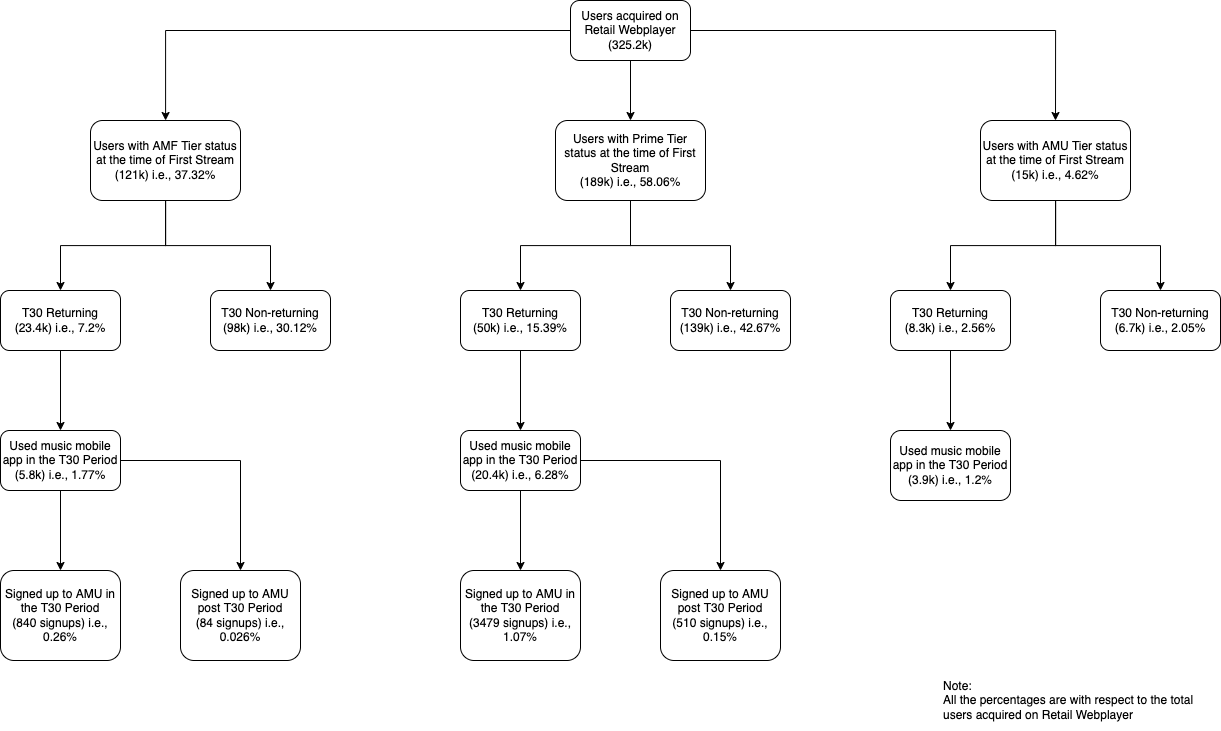
This is T30 Funnel Analysis.png from suchit-raju/draw-io, a draw.io export, as it was before one commit. Source tidied: cells renumbered, new cells last; positions are measured from the earlier drawing's top-left corner, leaving out a move shared by most shapes.
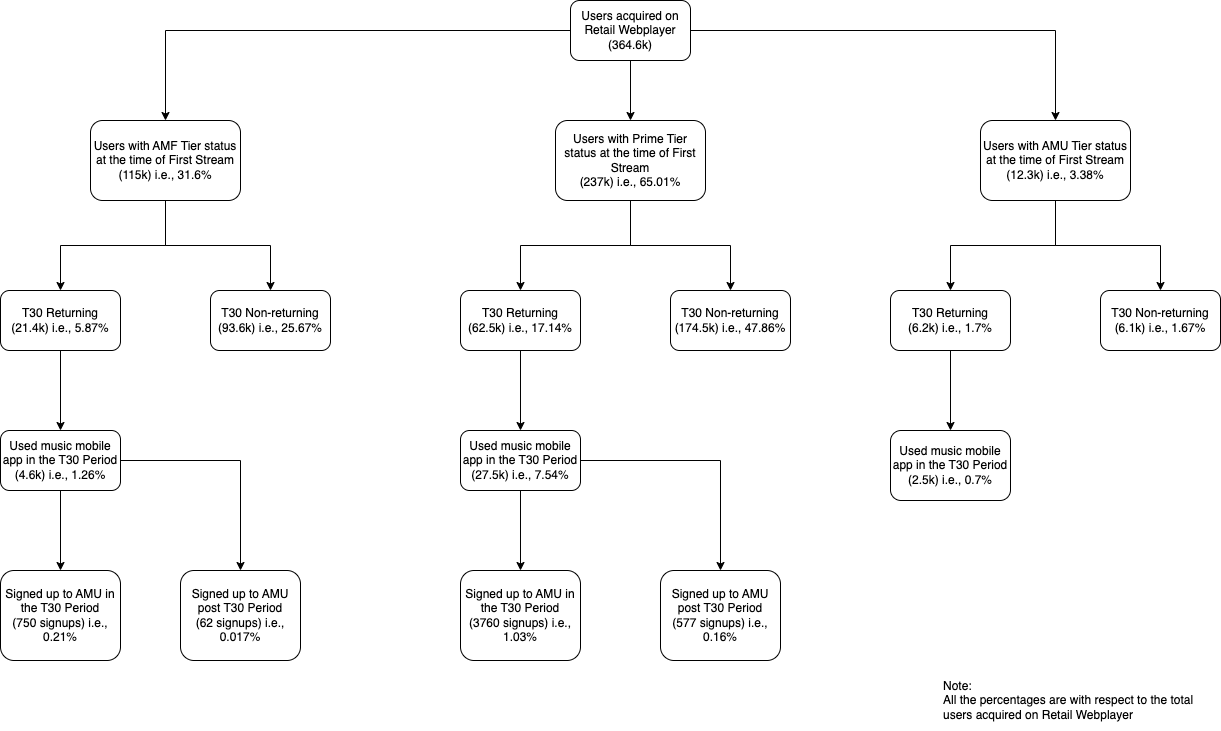
Later version of the same file.

Change to the diagram source:
```diff
@@ -11,7 +11,7 @@
     <mxCell id="4" style="edgeStyle=orthogonalEdgeStyle;rounded=0;jettySize=auto;html=1;exitX=1;exitY=0.5;exitDx=0;exitDy=0;entryX=0.5;entryY=0;entryDx=0;entryDy=0;" parent="1" edge="1" source="5" target="19">
       <mxGeometry relative="1" as="geometry" />
     </mxCell>
-    <mxCell id="5" value="Users acquired on Retail Webplayer (325.2k)" style="rounded=1;whiteSpace=wrap;html=1;" parent="1" vertex="1">
+    <mxCell id="5" value="Users acquired on Retail Webplayer (364.6k)" style="rounded=1;whiteSpace=wrap;html=1;" parent="1" vertex="1">
       <mxGeometry x="570" width="120" height="60" as="geometry" />
     </mxCell>
     <mxCell id="6" style="edgeStyle=orthogonalEdgeStyle;rounded=0;jettySize=auto;html=1;" parent="1" edge="1" source="8" target="10">
@@ -20,16 +20,16 @@
     <mxCell id="7" style="edgeStyle=orthogonalEdgeStyle;rounded=0;jettySize=auto;html=1;" parent="1" edge="1" source="8" target="11">
       <mxGeometry relative="1" as="geometry" />
     </mxCell>
-    <mxCell id="8" value="Users with AMF Tier status at the time of First Stream&lt;br&gt;(121k) i.e., 37.32%" style="whiteSpace=wrap;html=1;rounded=1;" parent="1" vertex="1">
+    <mxCell id="8" value="Users with AMF Tier status at the time of First Stream&lt;br&gt;(115k) i.e., 31.6%" style="whiteSpace=wrap;html=1;rounded=1;" parent="1" vertex="1">
       <mxGeometry x="90" y="120" width="150" height="80" as="geometry" />
     </mxCell>
     <mxCell id="9" style="edgeStyle=orthogonalEdgeStyle;rounded=0;jettySize=auto;html=1;" parent="1" edge="1" source="10" target="14">
       <mxGeometry relative="1" as="geometry" />
     </mxCell>
-    <mxCell id="10" value="T30 Returning&lt;br&gt;(23.4k) i.e., 7.2%" style="whiteSpace=wrap;html=1;rounded=1;" parent="1" vertex="1">
+    <mxCell id="10" value="T30 Returning&lt;br&gt;(21.4k) i.e., 5.87%" style="whiteSpace=wrap;html=1;rounded=1;" parent="1" vertex="1">
       <mxGeometry y="290" width="120" height="60" as="geometry" />
     </mxCell>
-    <mxCell id="11" value="T30 Non-returning&lt;br&gt;(98k) i.e., 30.12%" style="whiteSpace=wrap;html=1;rounded=1;" parent="1" vertex="1">
+    <mxCell id="11" value="T30 Non-returning&lt;br&gt;(93.6k) i.e., 25.67%" style="whiteSpace=wrap;html=1;rounded=1;" parent="1" vertex="1">
       <mxGeometry x="210" y="290" width="120" height="60" as="geometry" />
     </mxCell>
     <mxCell id="12" style="edgeStyle=orthogonalEdgeStyle;rounded=0;jettySize=auto;html=1;" parent="1" edge="1" source="14" target="15">
@@ -38,13 +38,13 @@
     <mxCell id="13" style="edgeStyle=orthogonalEdgeStyle;rounded=0;jettySize=auto;html=1;" parent="1" edge="1" source="14" target="16">
       <mxGeometry relative="1" as="geometry" />
     </mxCell>
-    <mxCell id="14" value="Used music mobile app in the T30 Period&lt;br&gt;(5.8k) i.e., 1.77%" style="whiteSpace=wrap;html=1;rounded=1;" parent="1" vertex="1">
+    <mxCell id="14" value="Used music mobile app in the T30 Period&lt;br&gt;(4.6k) i.e., 1.26%" style="whiteSpace=wrap;html=1;rounded=1;" parent="1" vertex="1">
       <mxGeometry y="430" width="120" height="60" as="geometry" />
     </mxCell>
-    <mxCell id="15" value="Signed up to AMU in the T30 Period&lt;br&gt;(840 signups) i.e., 0.26%" style="whiteSpace=wrap;html=1;rounded=1;" parent="1" vertex="1">
+    <mxCell id="15" value="Signed up to AMU in the T30 Period&lt;br&gt;(750 signups) i.e., 0.21%" style="whiteSpace=wrap;html=1;rounded=1;" parent="1" vertex="1">
       <mxGeometry y="570" width="120" height="90" as="geometry" />
     </mxCell>
-    <mxCell id="16" value="Signed up to AMU post T30 Period&lt;br&gt;(84 signups) i.e., 0.026%" style="whiteSpace=wrap;html=1;rounded=1;" parent="1" vertex="1">
+    <mxCell id="16" value="Signed up to AMU post T30 Period&lt;br&gt;(62 signups) i.e., 0.017%" style="whiteSpace=wrap;html=1;rounded=1;" parent="1" vertex="1">
       <mxGeometry x="180" y="570" width="120" height="90" as="geometry" />
     </mxCell>
     <mxCell id="17" style="edgeStyle=orthogonalEdgeStyle;rounded=0;jettySize=auto;html=1;" parent="1" edge="1" source="19" target="21">
@@ -53,19 +53,19 @@
     <mxCell id="18" style="edgeStyle=orthogonalEdgeStyle;rounded=0;jettySize=auto;html=1;" parent="1" edge="1" source="19" target="22">
       <mxGeometry relative="1" as="geometry" />
     </mxCell>
-    <mxCell id="19" value="Users with AMU Tier status at the time of First Stream&lt;br&gt;(15k) i.e., 4.62%" style="whiteSpace=wrap;html=1;rounded=1;" parent="1" vertex="1">
+    <mxCell id="19" value="Users with AMU Tier status at the time of First Stream&lt;br&gt;(12.3k) i.e., 3.38%" style="whiteSpace=wrap;html=1;rounded=1;" parent="1" vertex="1">
       <mxGeometry x="980" y="120" width="150" height="80" as="geometry" />
     </mxCell>
     <mxCell id="20" style="edgeStyle=orthogonalEdgeStyle;rounded=0;jettySize=auto;html=1;" parent="1" edge="1" source="21" target="23">
       <mxGeometry relative="1" as="geometry" />
     </mxCell>
-    <mxCell id="21" value="T30 Returning&lt;br&gt;(8.3k) i.e., 2.56%" style="whiteSpace=wrap;html=1;rounded=1;" parent="1" vertex="1">
+    <mxCell id="21" value="T30 Returning&lt;br&gt;(6.2k) i.e., 1.7%" style="whiteSpace=wrap;html=1;rounded=1;" parent="1" vertex="1">
       <mxGeometry x="890" y="290" width="120" height="60" as="geometry" />
     </mxCell>
-    <mxCell id="22" value="T30 Non-returning&lt;br&gt;(6.7k) i.e., 2.05%" style="whiteSpace=wrap;html=1;rounded=1;" parent="1" vertex="1">
+    <mxCell id="22" value="T30 Non-returning&lt;br&gt;(6.1k) i.e., 1.67%" style="whiteSpace=wrap;html=1;rounded=1;" parent="1" vertex="1">
       <mxGeometry x="1100" y="290" width="120" height="60" as="geometry" />
     </mxCell>
-    <mxCell id="23" value="Used music mobile app in the T30 Period&lt;br&gt;(3.9k) i.e., 1.2%" style="whiteSpace=wrap;html=1;rounded=1;" parent="1" vertex="1">
+    <mxCell id="23" value="Used music mobile app in the T30 Period&lt;br&gt;(2.5k) i.e., 0.7%" style="whiteSpace=wrap;html=1;rounded=1;" parent="1" vertex="1">
       <mxGeometry x="890" y="430" width="120" height="70" as="geometry" />
     </mxCell>
     <mxCell id="24" style="edgeStyle=orthogonalEdgeStyle;rounded=0;jettySize=auto;html=1;" parent="1" edge="1" source="26" target="28">
@@ -74,16 +74,16 @@
     <mxCell id="25" style="edgeStyle=orthogonalEdgeStyle;rounded=0;jettySize=auto;html=1;" parent="1" edge="1" source="26" target="29">
       <mxGeometry relative="1" as="geometry" />
     </mxCell>
-    <mxCell id="26" value="Users with Prime Tier status at the time of First Stream&lt;br&gt;(189k) i.e., 58.06%" style="whiteSpace=wrap;html=1;rounded=1;" parent="1" vertex="1">
+    <mxCell id="26" value="Users with Prime Tier status at the time of First Stream&lt;br&gt;(237k) i.e., 65.01%" style="whiteSpace=wrap;html=1;rounded=1;" parent="1" vertex="1">
       <mxGeometry x="555" y="120" width="150" height="80" as="geometry" />
     </mxCell>
     <mxCell id="27" style="edgeStyle=orthogonalEdgeStyle;rounded=0;jettySize=auto;html=1;" parent="1" edge="1" source="28" target="32">
       <mxGeometry relative="1" as="geometry" />
     </mxCell>
-    <mxCell id="28" value="T30 Returning&lt;br&gt;(50k) i.e., 15.39%" style="whiteSpace=wrap;html=1;rounded=1;" parent="1" vertex="1">
+    <mxCell id="28" value="T30 Returning&lt;br&gt;(62.5k) i.e., 17.14%" style="whiteSpace=wrap;html=1;rounded=1;" parent="1" vertex="1">
       <mxGeometry x="460" y="290" width="120" height="60" as="geometry" />
     </mxCell>
-    <mxCell id="29" value="T30 Non-returning&lt;br&gt;(139k) i.e., 42.67%" style="whiteSpace=wrap;html=1;rounded=1;" parent="1" vertex="1">
+    <mxCell id="29" value="T30 Non-returning&lt;br&gt;(174.5k) i.e., 47.86%" style="whiteSpace=wrap;html=1;rounded=1;" parent="1" vertex="1">
       <mxGeometry x="670" y="290" width="120" height="60" as="geometry" />
     </mxCell>
     <mxCell id="30" style="edgeStyle=orthogonalEdgeStyle;rounded=0;jettySize=auto;html=1;" parent="1" edge="1" source="32" target="33">
@@ -92,13 +92,13 @@
     <mxCell id="31" style="edgeStyle=orthogonalEdgeStyle;rounded=0;jettySize=auto;html=1;" parent="1" edge="1" source="32" target="34">
       <mxGeometry relative="1" as="geometry" />
     </mxCell>
-    <mxCell id="32" value="Used music mobile app in the T30 Period&lt;br&gt;(20.4k) i.e., 6.28%" style="whiteSpace=wrap;html=1;rounded=1;" parent="1" vertex="1">
+    <mxCell id="32" value="Used music mobile app in the T30 Period&lt;br&gt;(27.5k) i.e., 7.54%" style="whiteSpace=wrap;html=1;rounded=1;" parent="1" vertex="1">
       <mxGeometry x="460" y="430" width="120" height="60" as="geometry" />
     </mxCell>
-    <mxCell id="33" value="Signed up to AMU in the T30 Period&lt;br&gt;(3479 signups) i.e., 1.07%" style="whiteSpace=wrap;html=1;rounded=1;" parent="1" vertex="1">
+    <mxCell id="33" value="Signed up to AMU in the T30 Period&lt;br&gt;(3760 signups) i.e., 1.03%" style="whiteSpace=wrap;html=1;rounded=1;" parent="1" vertex="1">
       <mxGeometry x="460" y="570" width="120" height="90" as="geometry" />
     </mxCell>
-    <mxCell id="34" value="Signed up to AMU post T30 Period&lt;br&gt;(510 signups) i.e., 0.15%" style="whiteSpace=wrap;html=1;rounded=1;" parent="1" vertex="1">
+    <mxCell id="34" value="Signed up to AMU post T30 Period&lt;br&gt;(577 signups) i.e., 0.16%" style="whiteSpace=wrap;html=1;rounded=1;" parent="1" vertex="1">
       <mxGeometry x="660" y="570" width="120" height="90" as="geometry" />
     </mxCell>
     <mxCell id="35" value="Note:&lt;br&gt;All the percentages are with respect to the total users acquired on Retail Webplayer" style="text;html=1;strokeColor=none;fillColor=none;align=left;verticalAlign=middle;whiteSpace=wrap;rounded=0;" parent="1" vertex="1">
```
